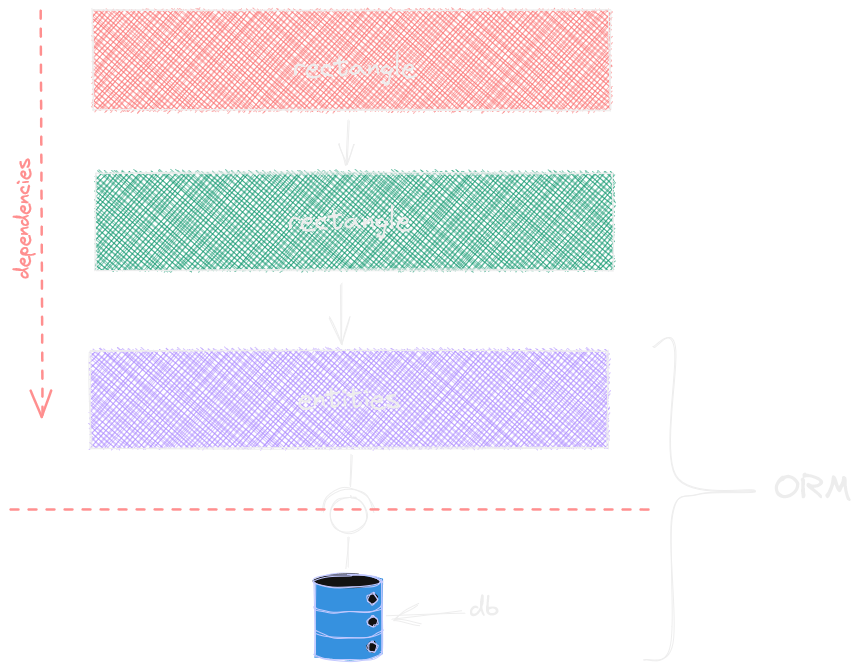
maciejmalecki/to-jpa-or-not-cgas2022 keeps this Excalidraw diagram as img/layers-with-orm.png. Above is the earlier version. Source tidied: one line per element, renumbered; positions are measured from the earlier drawing's top-left corner, leaving out a move shared by most shapes.
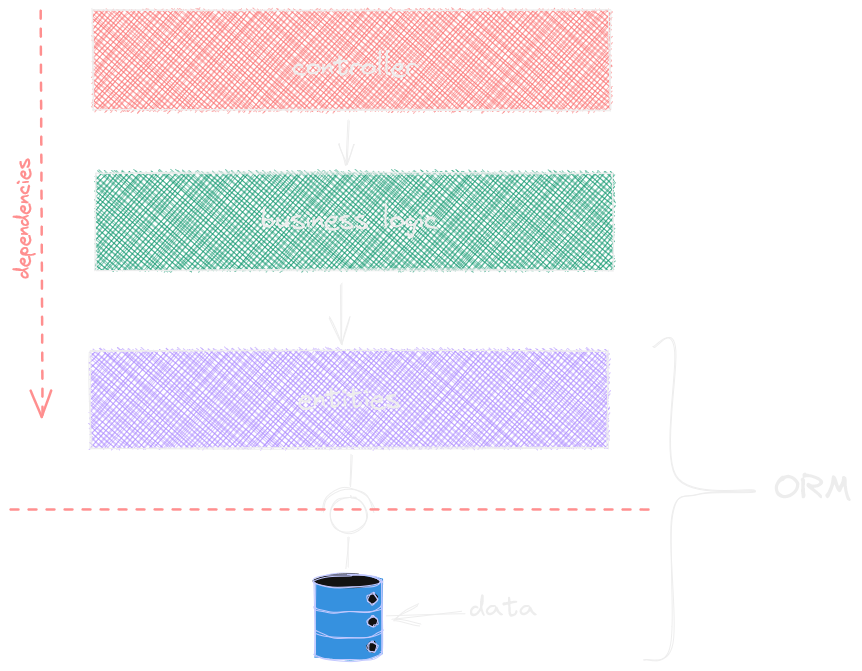
Later version of the same file.

Change to the diagram source:
```diff
@@ -8,10 +8,10 @@
 {"id": 7, "type": "ellipse", "strokeColor": "#0a11d3", "backgroundColor": "#fff", "fillStyle": "solid", "strokeWidth": 1, "roughness": 1, "x": 405, "y": 606, "width": 10, "height": 11}
 {"id": 8, "type": "ellipse", "strokeColor": "#0a11d3", "backgroundColor": "#fff", "fillStyle": "solid", "strokeWidth": 1, "roughness": 1, "x": 405, "y": 632, "width": 10, "height": 11}
 {"id": 9, "type": "arrow", "strokeColor": "#000000", "backgroundColor": "#12b886", "fillStyle": "cross-hatch", "strokeWidth": 1, "roughness": 1, "endArrowhead": "arrow", "from": 0, "to": 1, "x": 386, "y": 111, "width": 1, "height": 44, "points": [[0, 0], [-1, 44]]}
-{"id": 10, "type": "text", "text": "rectangle", "strokeColor": "#000000", "backgroundColor": "#12b886", "fillStyle": "cross-hatch", "strokeWidth": 1, "roughness": 1, "fontSize": 27.28, "fontFamily": 1, "textAlign": "center", "verticalAlign": "middle", "x": 330, "y": 40, "width": 123, "height": 35}
+{"id": 10, "type": "text", "text": "controller", "strokeColor": "#000000", "backgroundColor": "#12b886", "fillStyle": "cross-hatch", "strokeWidth": 1, "roughness": 1, "fontSize": 27.28, "fontFamily": 1, "textAlign": "center", "verticalAlign": "middle", "x": 329, "y": 40, "width": 126, "height": 35}
-{"id": 11, "type": "text", "text": "rectangle", "strokeColor": "#000000", "backgroundColor": "#12b886", "fillStyle": "cross-hatch", "strokeWidth": 1, "roughness": 1, "fontSize": 27.28, "fontFamily": 1, "textAlign": "center", "verticalAlign": "middle", "x": 325, "y": 193, "width": 123, "height": 35}
+{"id": 11, "type": "text", "text": "business logic", "strokeColor": "#000000", "backgroundColor": "#12b886", "fillStyle": "cross-hatch", "strokeWidth": 1, "roughness": 1, "fontSize": 27.28, "fontFamily": 1, "textAlign": "center", "verticalAlign": "middle", "x": 298, "y": 193, "width": 178, "height": 35}
-{"id": 12, "type": "text", "text": "db", "strokeColor": "#000000", "backgroundColor": "#12b886", "fillStyle": "cross-hatch", "strokeWidth": 1, "roughness": 1, "fontSize": 27.28, "fontFamily": 1, "x": 507, "y": 581, "width": 30, "height": 35}
+{"id": 12, "type": "text", "text": "data", "strokeColor": "#000000", "backgroundColor": "#12b886", "fillStyle": "cross-hatch", "strokeWidth": 1, "roughness": 1, "fontSize": 27.28, "fontFamily": 1, "x": 507, "y": 581, "width": 68, "height": 35}
-{"id": 13, "type": "arrow", "strokeColor": "#000000", "backgroundColor": "#12b886", "fillStyle": "cross-hatch", "strokeWidth": 1, "roughness": 2, "endArrowhead": "arrow", "from": 12, "to": 7, "x": 502, "y": 603, "width": 77, "height": 3, "points": [[0, 0], [-77, 3]]}
+{"id": 13, "type": "arrow", "strokeColor": "#000000", "backgroundColor": "#12b886", "fillStyle": "cross-hatch", "strokeWidth": 1, "roughness": 2, "endArrowhead": "arrow", "from": 12, "to": 7, "x": 502, "y": 604, "width": 77, "height": 2, "points": [[0, 0], [-77, 2]]}
 {"id": 14, "type": "line", "strokeColor": "#000000", "backgroundColor": "#868e96", "fillStyle": "hachure", "strokeWidth": 1, "roughness": 1, "x": 691, "y": 337, "width": 111, "height": 313, "points": [[0, 0], [22, 1], [21, 129], [101, 144], [44, 147], [19, 168], [18, 298], [-10, 313]]}
 {"id": 15, "type": "text", "text": "ORM", "strokeColor": "#000000", "backgroundColor": "#868e96", "fillStyle": "hachure", "strokeWidth": 1, "roughness": 1, "fontSize": 36, "fontFamily": 1, "textAlign": "center", "x": 811, "y": 456, "width": 79, "height": 45}
 {"id": 16, "type": "rectangle", "strokeColor": "#000000", "backgroundColor": "#7950f2", "fillStyle": "cross-hatch", "strokeWidth": 1, "roughness": 1, "x": 128, "y": 341, "width": 517, "height": 97}
```
